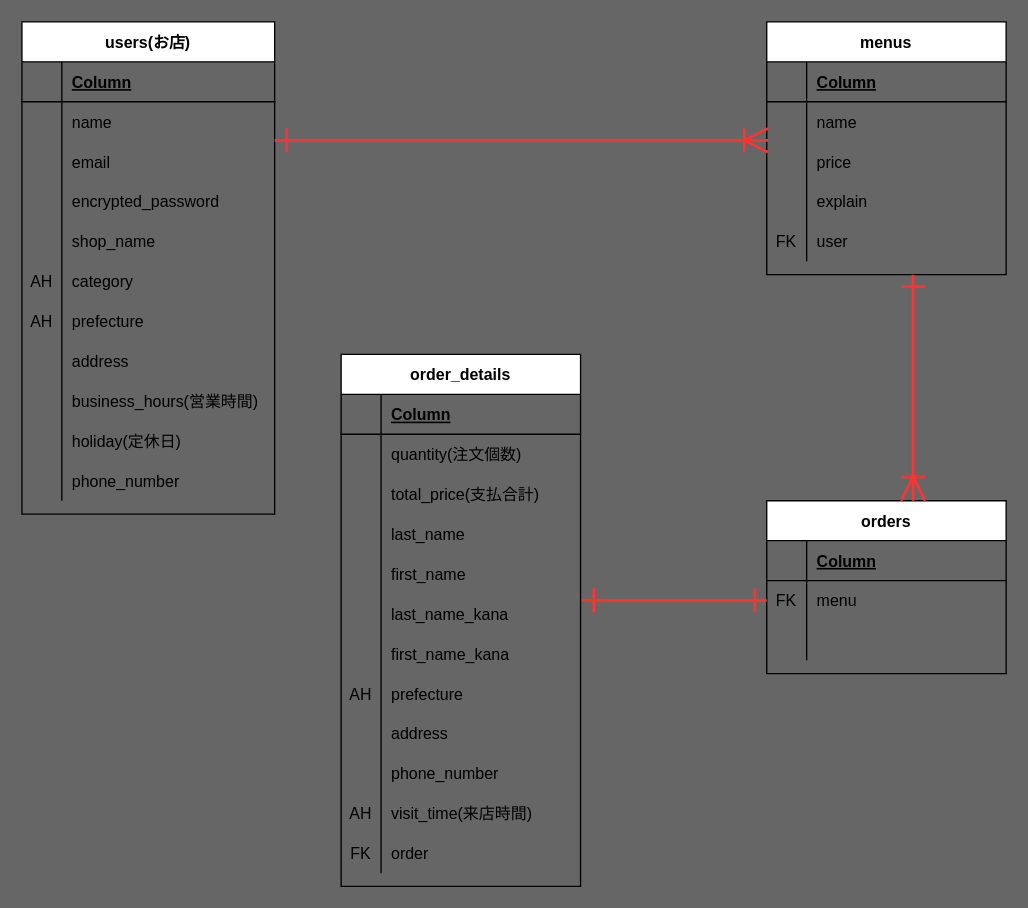
The draw.io diagram database_er.dio in takaya-47/take_out_app, before the edit. Source tidied: cells renumbered, new cells numbered last; positions are measured from the earlier drawing's top-left corner, leaving out a move shared by most shapes. Both pictures are drawn from the tidied source at 133%, with x=0, y=0 at pixel (21, 21).
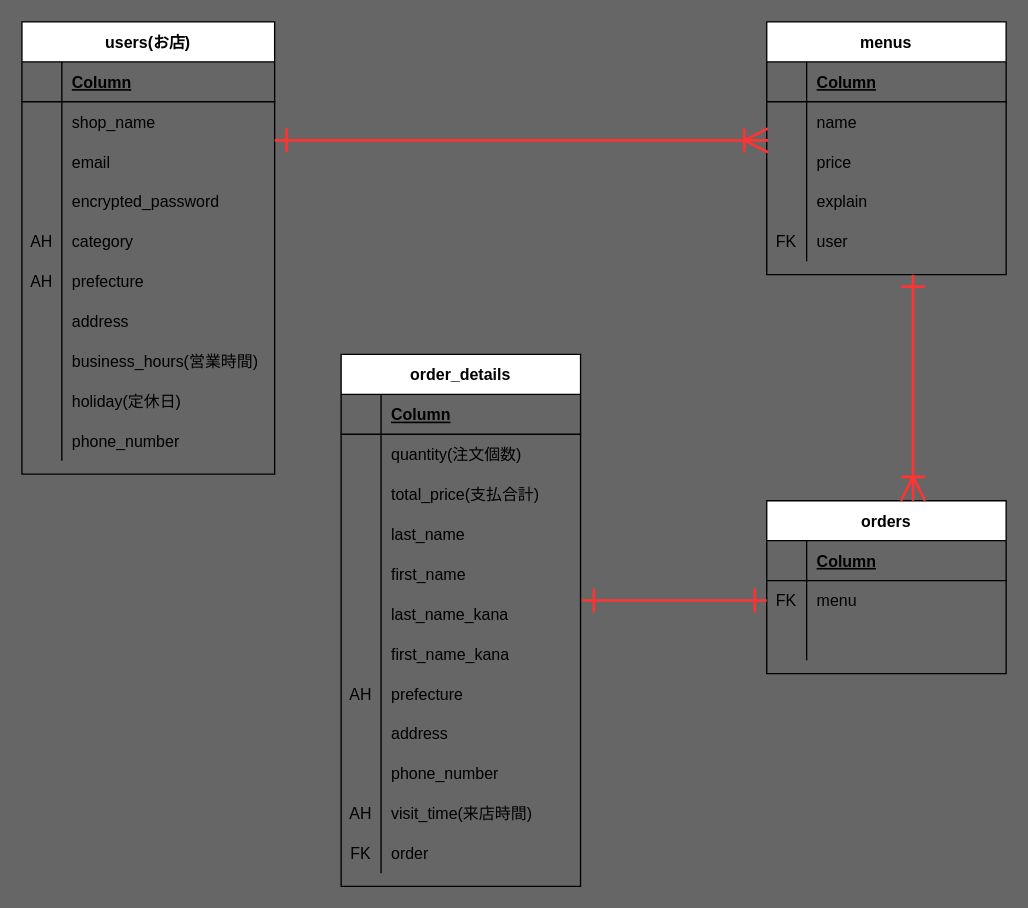
The same page after the edit.

Unchanged cells that the change refers to:
```xml
<mxCell id="6" style="shape=partialRectangle;fillColor=none;top=0;left=0;bottom=0;right=0;" parent="2" vertex="1">
  <mxGeometry y="60" width="190" height="30" as="geometry" />
</mxCell>
```

Change to the diagram source:
```diff
@@
     <mxCell id="2" value="users(お店)" style="shape=table;startSize=30;childLayout=tableLayout;rowLines=0;fontStyle=1;align=center;" parent="1" vertex="1">
-      <mxGeometry width="190" height="370" as="geometry" />
+      <mxGeometry width="190" height="340" as="geometry" />
     </mxCell>
@@
-    <mxCell id="8" value="name" style="shape=partialRectangle;fillColor=none;top=0;left=0;bottom=0;right=0;align=left;spacingLeft=6;overflow=hidden;" parent="6" vertex="1">
+    <mxCell id="8" value="shop_name" style="shape=partialRectangle;fillColor=none;top=0;left=0;bottom=0;right=0;align=left;spacingLeft=6;overflow=hidden;" parent="6" vertex="1">
       <mxGeometry x="30" width="160" height="30" as="geometry" />
     </mxCell>
@@
-    <mxCell id="15" style="shape=partialRectangle;fillColor=none;top=0;left=0;bottom=0;right=0;" parent="2" vertex="1">
-      <mxGeometry y="150" width="190" height="30" as="geometry" />
-    </mxCell>
-    <mxCell id="16" style="shape=partialRectangle;fillColor=none;top=0;left=0;bottom=0;right=0;overflow=hidden;" parent="15" vertex="1">
-      <mxGeometry width="30" height="30" as="geometry" />
-    </mxCell>
-    <mxCell id="17" value="shop_name" style="shape=partialRectangle;fillColor=none;top=0;left=0;bottom=0;right=0;align=left;spacingLeft=6;overflow=hidden;" parent="15" vertex="1">
-      <mxGeometry x="30" width="160" height="30" as="geometry" />
-    </mxCell>
     <mxCell id="18" style="shape=partialRectangle;fillColor=none;top=0;left=0;bottom=0;right=0;" parent="2" vertex="1">
-      <mxGeometry y="180" width="190" height="30" as="geometry" />
+      <mxGeometry y="150" width="190" height="30" as="geometry" />
     </mxCell>
@@
     <mxCell id="21" style="shape=partialRectangle;fillColor=none;top=0;left=0;bottom=0;right=0;" parent="2" vertex="1">
-      <mxGeometry y="210" width="190" height="30" as="geometry" />
+      <mxGeometry y="180" width="190" height="30" as="geometry" />
     </mxCell>
@@
     <mxCell id="24" style="shape=partialRectangle;fillColor=none;top=0;left=0;bottom=0;right=0;" parent="2" vertex="1">
-      <mxGeometry y="240" width="190" height="30" as="geometry" />
+      <mxGeometry y="210" width="190" height="30" as="geometry" />
     </mxCell>
@@
     <mxCell id="27" style="shape=partialRectangle;fillColor=none;top=0;left=0;bottom=0;right=0;" parent="2" vertex="1">
-      <mxGeometry y="270" width="190" height="30" as="geometry" />
+      <mxGeometry y="240" width="190" height="30" as="geometry" />
     </mxCell>
@@
     <mxCell id="30" style="shape=partialRectangle;fillColor=none;top=0;left=0;bottom=0;right=0;" parent="2" vertex="1">
-      <mxGeometry y="300" width="190" height="30" as="geometry" />
+      <mxGeometry y="270" width="190" height="30" as="geometry" />
     </mxCell>
@@
     <mxCell id="33" style="shape=partialRectangle;fillColor=none;top=0;left=0;bottom=0;right=0;" parent="2" vertex="1">
-      <mxGeometry y="330" width="190" height="30" as="geometry" />
+      <mxGeometry y="300" width="190" height="30" as="geometry" />
     </mxCell>
```
